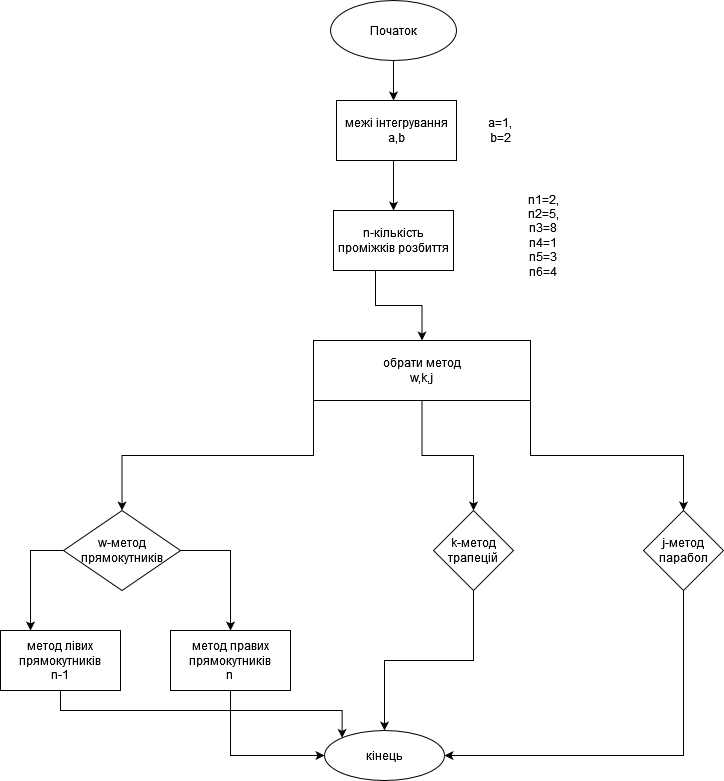
Before: Untitled Diagram.drawio.png, a diagram exported from draw.io (VolodymyrLutskevych-PE-12/Lab_2_Volodymyr-Lutskevych_PE-12_-1-). Source tidied: cells renumbered, new cells last; positions are measured from the earlier drawing's top-left corner, leaving out a move shared by most shapes.
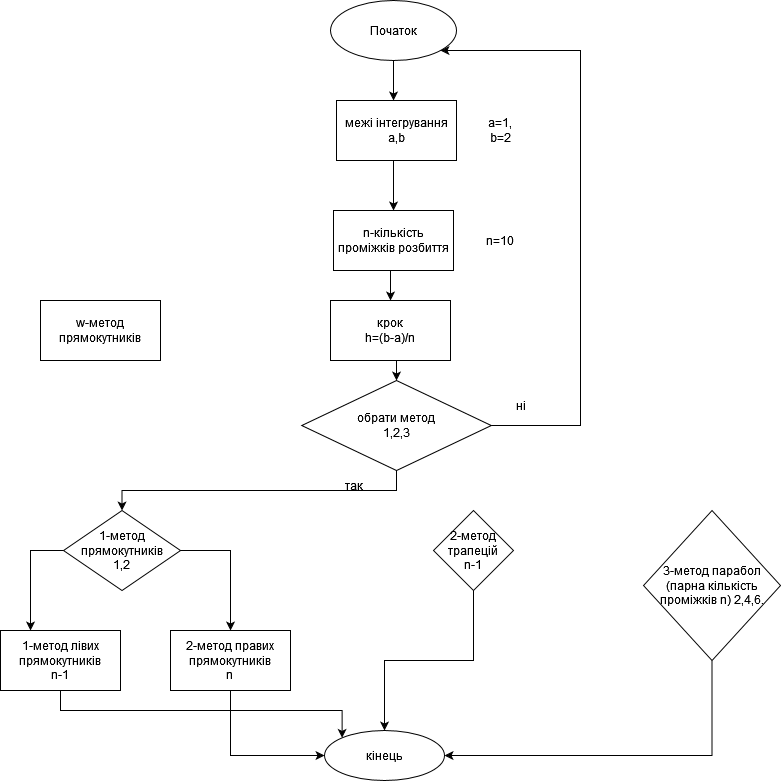
The same file after the commit.

The edit, as a diff of the source:
```diff
@@ -16,70 +16,85 @@
         <mxPoint x="393" y="210" as="targetPoint" />
       </mxGeometry>
     </mxCell>
-    <mxCell id="5" style="edgeStyle=orthogonalEdgeStyle;rounded=0;jettySize=auto;html=1;exitX=0.5;exitY=1;exitDx=0;exitDy=0;" parent="1" edge="1" target="21">
-      <mxGeometry relative="1" as="geometry">
-        <mxPoint x="375" y="270" as="sourcePoint" />
-      </mxGeometry>
-    </mxCell>
     <mxCell id="6" style="edgeStyle=orthogonalEdgeStyle;rounded=0;jettySize=auto;html=1;exitX=1;exitY=0.5;exitDx=0;exitDy=0;entryX=0.5;entryY=0;entryDx=0;entryDy=0;" parent="1" edge="1" source="8" target="16">
       <mxGeometry relative="1" as="geometry" />
     </mxCell>
     <mxCell id="7" style="edgeStyle=orthogonalEdgeStyle;rounded=0;jettySize=auto;html=1;exitX=0;exitY=0.5;exitDx=0;exitDy=0;entryX=0.25;entryY=0;entryDx=0;entryDy=0;" parent="1" edge="1" source="8" target="14">
       <mxGeometry relative="1" as="geometry" />
     </mxCell>
-    <mxCell id="8" value="w-метод прямокутників" style="rhombus;whiteSpace=wrap;html=1;" parent="1" vertex="1">
+    <mxCell id="8" value="&lt;div&gt;1-метод прямокутників&lt;/div&gt;1,2" style="rhombus;whiteSpace=wrap;html=1;" parent="1" vertex="1">
       <mxGeometry x="63" y="510" width="117" height="80" as="geometry" />
     </mxCell>
     <mxCell id="9" style="edgeStyle=orthogonalEdgeStyle;rounded=0;jettySize=auto;html=1;exitX=0.5;exitY=1;exitDx=0;exitDy=0;" parent="1" edge="1" source="10" target="25">
       <mxGeometry relative="1" as="geometry" />
     </mxCell>
-    <mxCell id="10" value="k-метод трапецій" style="rhombus;whiteSpace=wrap;html=1;" parent="1" vertex="1">
+    <mxCell id="10" value="&lt;div&gt;2-метод трапецій&lt;/div&gt;n-1" style="rhombus;whiteSpace=wrap;html=1;" parent="1" vertex="1">
       <mxGeometry x="433" y="510" width="80" height="80" as="geometry" />
     </mxCell>
     <mxCell id="11" style="edgeStyle=orthogonalEdgeStyle;rounded=0;jettySize=auto;html=1;exitX=0.5;exitY=1;exitDx=0;exitDy=0;entryX=1;entryY=0.5;entryDx=0;entryDy=0;" parent="1" edge="1" source="12" target="25">
       <mxGeometry relative="1" as="geometry" />
     </mxCell>
-    <mxCell id="12" value="j-метод парабол" style="rhombus;whiteSpace=wrap;html=1;" parent="1" vertex="1">
-      <mxGeometry x="643" y="510" width="80" height="80" as="geometry" />
+    <mxCell id="12" value="&lt;div&gt;3-метод парабол&lt;/div&gt;(парна кількість проміжків n) 2,4,6. " style="rhombus;whiteSpace=wrap;html=1;" parent="1" vertex="1">
+      <mxGeometry x="643" y="510" width="137" height="150" as="geometry" />
     </mxCell>
     <mxCell id="13" style="edgeStyle=orthogonalEdgeStyle;rounded=0;jettySize=auto;html=1;exitX=0.5;exitY=1;exitDx=0;exitDy=0;entryX=0;entryY=0;entryDx=0;entryDy=0;" parent="1" edge="1" source="14" target="25">
       <mxGeometry relative="1" as="geometry" />
     </mxCell>
-    <mxCell id="14" value="&lt;div&gt;метод лівих прямокутників&lt;/div&gt;&lt;div&gt;n-1&lt;br&gt;&lt;/div&gt;" style="rounded=0;whiteSpace=wrap;html=1;" parent="1" vertex="1">
+    <mxCell id="14" value="&lt;div&gt;1-метод лівих прямокутників&lt;/div&gt;&lt;div&gt;n-1&lt;br&gt;&lt;/div&gt;" style="rounded=0;whiteSpace=wrap;html=1;" parent="1" vertex="1">
       <mxGeometry y="630" width="120" height="60" as="geometry" />
     </mxCell>
     <mxCell id="15" style="edgeStyle=orthogonalEdgeStyle;rounded=0;jettySize=auto;html=1;exitX=0.5;exitY=1;exitDx=0;exitDy=0;entryX=0;entryY=0.5;entryDx=0;entryDy=0;" parent="1" edge="1" source="16" target="25">
       <mxGeometry relative="1" as="geometry" />
     </mxCell>
-    <mxCell id="16" value="&lt;div&gt;метод правих прямокутників&lt;/div&gt;&lt;div&gt;n&lt;br&gt;&lt;/div&gt;" style="rounded=0;whiteSpace=wrap;html=1;" parent="1" vertex="1">
+    <mxCell id="16" value="&lt;div&gt;2-метод правих прямокутників&lt;/div&gt;&lt;div&gt;n&lt;br&gt;&lt;/div&gt;" style="rounded=0;whiteSpace=wrap;html=1;" parent="1" vertex="1">
       <mxGeometry x="170" y="630" width="120" height="60" as="geometry" />
     </mxCell>
     <mxCell id="17" value="а=1, b=2" style="text;html=1;strokeColor=none;fillColor=none;align=center;verticalAlign=middle;whiteSpace=wrap;rounded=0;" parent="1" vertex="1">
       <mxGeometry x="480" y="110" width="40" height="40" as="geometry" />
     </mxCell>
-    <mxCell id="18" style="edgeStyle=orthogonalEdgeStyle;rounded=0;jettySize=auto;html=1;exitX=0;exitY=1;exitDx=0;exitDy=0;" parent="1" edge="1" source="21" target="8">
-      <mxGeometry relative="1" as="geometry" />
-    </mxCell>
-    <mxCell id="19" style="edgeStyle=orthogonalEdgeStyle;rounded=0;jettySize=auto;html=1;exitX=0.5;exitY=1;exitDx=0;exitDy=0;entryX=0.5;entryY=0;entryDx=0;entryDy=0;" parent="1" edge="1" source="21" target="10">
-      <mxGeometry relative="1" as="geometry" />
-    </mxCell>
-    <mxCell id="20" style="edgeStyle=orthogonalEdgeStyle;rounded=0;jettySize=auto;html=1;exitX=1;exitY=1;exitDx=0;exitDy=0;" parent="1" edge="1" source="21" target="12">
-      <mxGeometry relative="1" as="geometry" />
-    </mxCell>
-    <mxCell id="21" value="&lt;div&gt;обрати метод&lt;/div&gt;w,k,j" style="rounded=0;whiteSpace=wrap;html=1;" parent="1" vertex="1">
-      <mxGeometry x="313" y="340" width="217" height="60" as="geometry" />
-    </mxCell>
+    <mxCell id="26" style="edgeStyle=orthogonalEdgeStyle;rounded=0;jettySize=auto;html=1;exitX=0.5;exitY=1;exitDx=0;exitDy=0;entryX=0.5;entryY=0;entryDx=0;entryDy=0;" parent="1" edge="1" source="22" target="33">
+      <mxGeometry relative="1" as="geometry" />
+    </mxCell>
     <mxCell id="22" value="n-кількість проміжків розбиття" style="rounded=0;whiteSpace=wrap;html=1;" parent="1" vertex="1">
       <mxGeometry x="333" y="210" width="120" height="60" as="geometry" />
     </mxCell>
     <mxCell id="23" value="&lt;div&gt;межі інтегрування &lt;/div&gt;a,b" style="rounded=0;whiteSpace=wrap;html=1;" parent="1" vertex="1">
       <mxGeometry x="336" y="100" width="120" height="60" as="geometry" />
     </mxCell>
-    <mxCell id="24" value="&lt;div&gt;n1=2, n2=5,&lt;/div&gt;&lt;div&gt;n3=8&lt;/div&gt;&lt;div&gt;n4=1&lt;/div&gt;&lt;div&gt;n5=3&lt;/div&gt;&lt;div&gt;n6=4&lt;br&gt;&lt;/div&gt;" style="text;html=1;strokeColor=none;fillColor=none;align=center;verticalAlign=middle;whiteSpace=wrap;rounded=0;" parent="1" vertex="1">
-      <mxGeometry x="513" y="220" width="60" height="30" as="geometry" />
-    </mxCell>
     <mxCell id="25" value="кінець" style="ellipse;whiteSpace=wrap;html=1;" parent="1" vertex="1">
       <mxGeometry x="324" y="730" width="120" height="50" as="geometry" />
     </mxCell>
+    <mxCell id="27" value="n=10" style="text;html=1;strokeColor=none;fillColor=none;align=center;verticalAlign=middle;whiteSpace=wrap;rounded=0;" parent="1" vertex="1">
+      <mxGeometry x="470" y="225" width="60" height="30" as="geometry" />
+    </mxCell>
+    <mxCell id="28" value="&lt;br&gt;w-метод прямокутників&lt;br&gt;&lt;br&gt;" style="rounded=0;whiteSpace=wrap;html=1;" parent="1" vertex="1">
+      <mxGeometry x="40" y="300" width="120" height="60" as="geometry" />
+    </mxCell>
+    <mxCell id="29" style="edgeStyle=orthogonalEdgeStyle;rounded=0;jettySize=auto;html=1;exitX=0.5;exitY=1;exitDx=0;exitDy=0;" parent="1" edge="1" source="31" target="8">
+      <mxGeometry relative="1" as="geometry" />
+    </mxCell>
+    <mxCell id="30" style="edgeStyle=orthogonalEdgeStyle;rounded=0;jettySize=auto;html=1;exitX=1;exitY=0.5;exitDx=0;exitDy=0;" parent="1" edge="1" source="31" target="3">
+      <mxGeometry relative="1" as="geometry">
+        <Array as="points">
+          <mxPoint x="580" y="425" />
+          <mxPoint x="580" y="50" />
+        </Array>
+      </mxGeometry>
+    </mxCell>
+    <mxCell id="31" value="&lt;div&gt;обрати метод&lt;/div&gt;1,2,3" style="rhombus;whiteSpace=wrap;html=1;" parent="1" vertex="1">
+      <mxGeometry x="301.2" y="380" width="189.5" height="90" as="geometry" />
+    </mxCell>
+    <mxCell id="32" style="edgeStyle=orthogonalEdgeStyle;rounded=0;jettySize=auto;html=1;exitX=0.5;exitY=1;exitDx=0;exitDy=0;entryX=0.5;entryY=0;entryDx=0;entryDy=0;" parent="1" edge="1" source="33" target="31">
+      <mxGeometry relative="1" as="geometry" />
+    </mxCell>
+    <mxCell id="33" value="&lt;div&gt;крок&lt;/div&gt;&lt;div&gt;h=(b-a)/n&lt;br&gt;&lt;/div&gt;" style="rounded=0;whiteSpace=wrap;html=1;" parent="1" vertex="1">
+      <mxGeometry x="330" y="300" width="120" height="60" as="geometry" />
+    </mxCell>
+    <mxCell id="34" value="так" style="text;html=1;strokeColor=none;fillColor=none;align=center;verticalAlign=middle;whiteSpace=wrap;rounded=0;" parent="1" vertex="1">
+      <mxGeometry x="324" y="470" width="60" height="30" as="geometry" />
+    </mxCell>
+    <mxCell id="35" value="ні" style="text;html=1;strokeColor=none;fillColor=none;align=center;verticalAlign=middle;whiteSpace=wrap;rounded=0;" parent="1" vertex="1">
+      <mxGeometry x="491" y="390" width="60" height="30" as="geometry" />
+    </mxCell>
   </root>
 </mxGraphModel>
```
